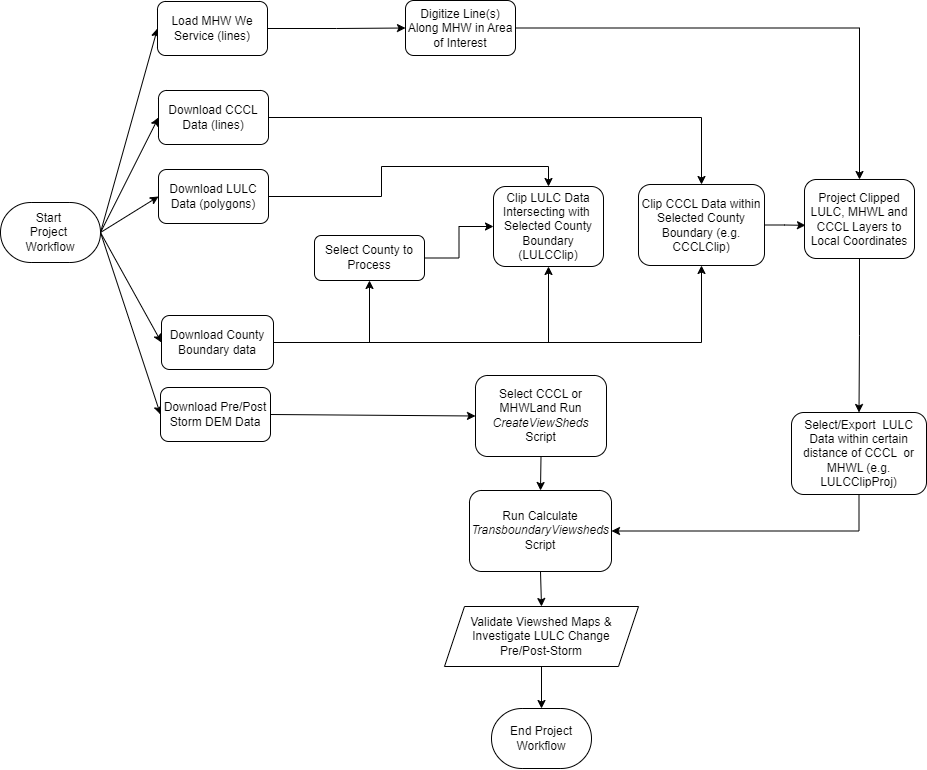
Earlier version of the draw.io export ProjectWorkflow.drawio.png (RAIN-LX/ViewshedCalculator). Source tidied: cells renumbered, new cells last; positions are measured from the earlier drawing's top-left corner, leaving out a move shared by most shapes.
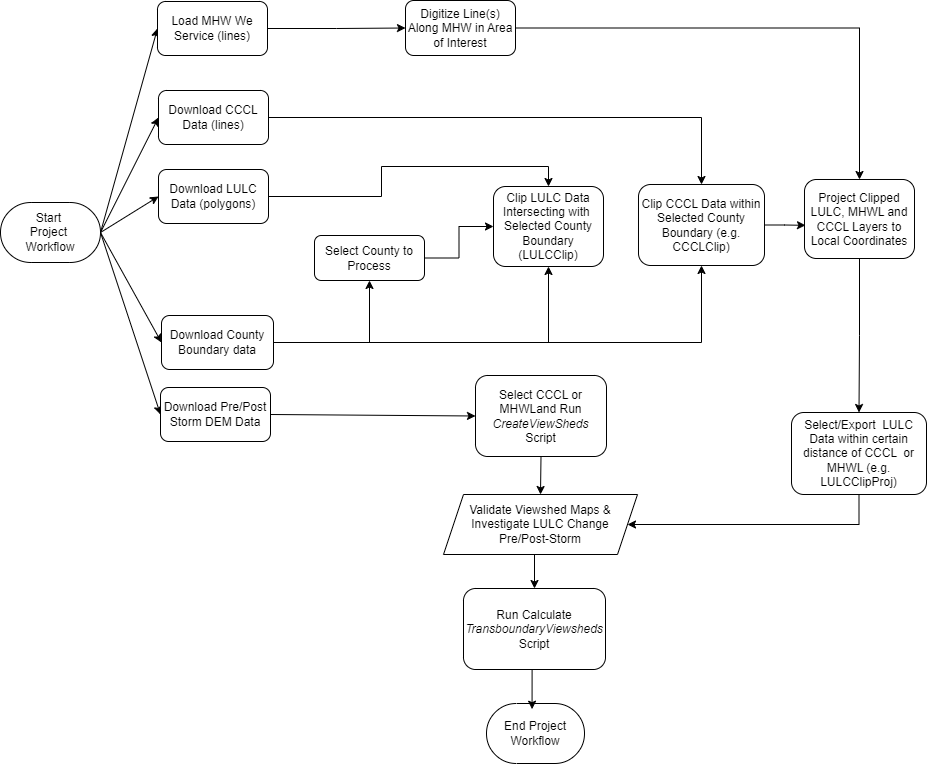
The same file after the commit.

Commit message:
Update wot project workflow

Change to the diagram source:
```diff
@@ -59,9 +59,9 @@
     <mxCell id="18" value="&lt;div&gt;Clip LULC Data Intersecting with&amp;nbsp; Selected County Boundary (LULCClip)&lt;/div&gt;" style="rounded=1;whiteSpace=wrap;html=1;" parent="1" vertex="1">
       <mxGeometry x="493" y="186" width="110" height="80" as="geometry" />
     </mxCell>
-    <mxCell id="19" style="edgeStyle=orthogonalEdgeStyle;rounded=0;jettySize=auto;html=1;exitX=0.5;exitY=1;exitDx=0;exitDy=0;entryX=1;entryY=0.5;entryDx=0;entryDy=0;" parent="1" edge="1" source="20" target="28">
-      <mxGeometry relative="1" as="geometry" />
-    </mxCell>
+    <mxCell id="38" style="edgeStyle=orthogonalEdgeStyle;rounded=0;jettySize=auto;html=1;exitX=0.5;exitY=1;exitDx=0;exitDy=0;entryX=1;entryY=0.5;entryDx=0;entryDy=0;" parent="1" edge="1" source="20" target="26">
+      <mxGeometry relative="1" as="geometry" />
+    </mxCell>
     <mxCell id="20" value="&lt;div&gt;Select/Export&amp;nbsp; LULC Data within certain distance of CCCL&amp;nbsp; or MHWL&amp;nbsp;(e.g. LULCClipProj)&lt;/div&gt;" style="rounded=1;whiteSpace=wrap;html=1;" parent="1" vertex="1">
       <mxGeometry x="791" y="412" width="135" height="82" as="geometry" />
     </mxCell>
@@ -74,27 +74,24 @@
     <mxCell id="23" value="&lt;div&gt;Select County to Process&lt;/div&gt;" style="rounded=1;whiteSpace=wrap;html=1;" parent="1" vertex="1">
       <mxGeometry x="314" y="235" width="110" height="45" as="geometry" />
     </mxCell>
-    <mxCell id="24" style="edgeStyle=none;rounded=0;jettySize=auto;html=1;exitX=0.5;exitY=1;exitDx=0;exitDy=0;entryX=0.5;entryY=0;entryDx=0;entryDy=0;" parent="1" edge="1" source="25" target="28">
-      <mxGeometry relative="1" as="geometry" />
-    </mxCell>
+    <mxCell id="39" style="edgeStyle=orthogonalEdgeStyle;rounded=0;jettySize=auto;html=1;exitX=0.5;exitY=1;exitDx=0;exitDy=0;entryX=0.5;entryY=0;entryDx=0;entryDy=0;" parent="1" edge="1" source="25" target="26">
+      <mxGeometry relative="1" as="geometry" />
+    </mxCell>
     <mxCell id="25" value="&lt;div&gt;Select CCCL or MHWLand Run &lt;i&gt;CreateViewSheds &lt;/i&gt;Script&lt;/div&gt;" style="rounded=1;whiteSpace=wrap;html=1;" parent="1" vertex="1">
       <mxGeometry x="475" y="375" width="131" height="81" as="geometry" />
     </mxCell>
+    <mxCell id="40" style="edgeStyle=orthogonalEdgeStyle;rounded=0;jettySize=auto;html=1;exitX=0.5;exitY=1;exitDx=0;exitDy=0;entryX=0.5;entryY=0;entryDx=0;entryDy=0;" parent="1" edge="1" source="26" target="28">
+      <mxGeometry relative="1" as="geometry" />
+    </mxCell>
     <mxCell id="26" value="Validate Viewshed Maps &amp;amp;&lt;div&gt;Investigate LULC Change&lt;/div&gt;&lt;div&gt;Pre/Post-Storm&lt;/div&gt;" style="shape=parallelogram;perimeter=parallelogramPerimeter;whiteSpace=wrap;html=1;fixedSize=1;" parent="1" vertex="1">
-      <mxGeometry x="444" y="606" width="194" height="60" as="geometry" />
+      <mxGeometry x="443" y="494" width="194" height="60" as="geometry" />
     </mxCell>
-    <mxCell id="27" style="edgeStyle=none;rounded=0;jettySize=auto;html=1;exitX=0.5;exitY=1;exitDx=0;exitDy=0;entryX=0.5;entryY=0;entryDx=0;entryDy=0;" parent="1" edge="1" source="28" target="26">
-      <mxGeometry relative="1" as="geometry" />
-    </mxCell>
     <mxCell id="28" value="&lt;div&gt;Run Calculate &lt;i&gt;TransboundaryViewsheds &lt;/i&gt;Script&lt;/div&gt;" style="rounded=1;whiteSpace=wrap;html=1;" parent="1" vertex="1">
-      <mxGeometry x="469" y="490" width="142" height="81" as="geometry" />
+      <mxGeometry x="463" y="588" width="142" height="81" as="geometry" />
     </mxCell>
     <mxCell id="29" value="End Project Workflow" style="strokeWidth=1;html=1;shape=mxgraph.flowchart.terminator;whiteSpace=wrap;" parent="1" vertex="1">
-      <mxGeometry x="491" y="708" width="100" height="60" as="geometry" />
+      <mxGeometry x="486" y="703" width="98" height="60" as="geometry" />
     </mxCell>
-    <mxCell id="30" style="edgeStyle=none;rounded=0;jettySize=auto;html=1;exitX=0.5;exitY=1;exitDx=0;exitDy=0;entryX=0.5;entryY=0;entryDx=0;entryDy=0;entryPerimeter=0;" parent="1" edge="1" source="26" target="29">
-      <mxGeometry relative="1" as="geometry" />
-    </mxCell>
     <mxCell id="31" style="edgeStyle=orthogonalEdgeStyle;rounded=0;jettySize=auto;html=1;exitX=0.5;exitY=1;exitDx=0;exitDy=0;entryX=0.5;entryY=0;entryDx=0;entryDy=0;" parent="1" edge="1" source="32" target="20">
       <mxGeometry relative="1" as="geometry" />
     </mxCell>
@@ -116,5 +113,8 @@
     <mxCell id="37" style="edgeStyle=orthogonalEdgeStyle;rounded=0;jettySize=auto;html=1;exitX=1;exitY=0.5;exitDx=0;exitDy=0;entryX=0.009;entryY=0.58;entryDx=0;entryDy=0;entryPerimeter=0;" parent="1" edge="1" source="21" target="32">
       <mxGeometry relative="1" as="geometry" />
     </mxCell>
+    <mxCell id="41" style="edgeStyle=orthogonalEdgeStyle;rounded=0;jettySize=auto;html=1;exitX=0.5;exitY=1;exitDx=0;exitDy=0;entryX=0.465;entryY=0.095;entryDx=0;entryDy=0;entryPerimeter=0;" parent="1" edge="1" source="28" target="29">
+      <mxGeometry relative="1" as="geometry" />
+    </mxCell>
   </root>
 </mxGraphModel>
```
